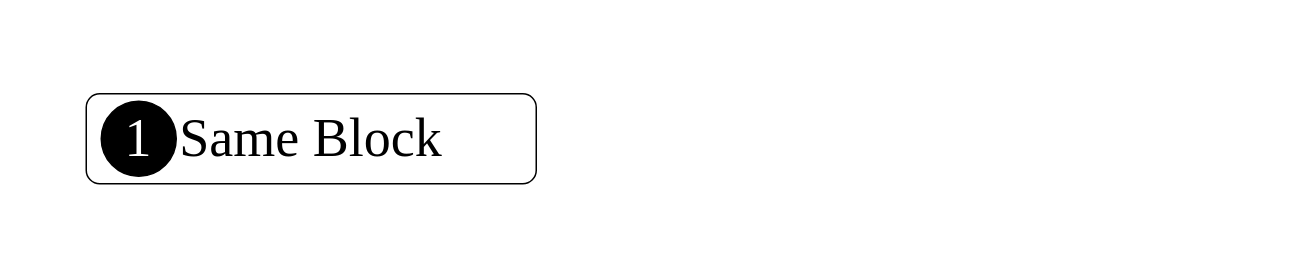
Before: blockLLM_workflow.drawio in BDHU/blockllm-diagram, a draw.io diagram. Source tidied: cells renumbered, new cells numbered last; positions are measured from the earlier drawing's top-left corner, leaving out a move shared by most shapes. Both pictures are drawn from the tidied source at 150%, with x=0, y=0 at pixel (86, 93).
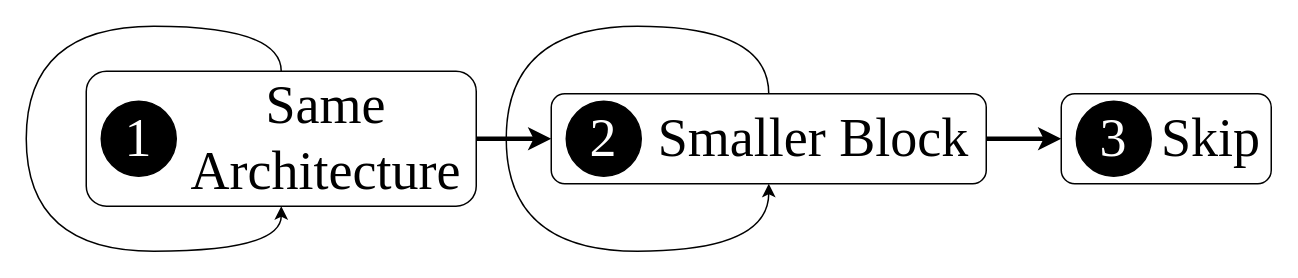
The same diagram, later.

The edit, as a diff of the source:
```diff
@@
 <mxGraphModel>
   <root>
     <mxCell id="0" />
     <mxCell id="1" parent="0" />
-    <mxCell id="2" value="&lt;font style=&quot;font-size: 36px;&quot; face=&quot;Times New Roman&quot;&gt;Same Block&lt;br&gt;&lt;/font&gt;" style="rounded=1;whiteSpace=wrap;html=1;" parent="1" vertex="1">
-      <mxGeometry width="300" height="60" as="geometry" />
-    </mxCell>
     <mxCell id="3" value="&lt;font style=&quot;font-size: 36px; color: rgb(255, 255, 255);&quot; face=&quot;Times New Roman&quot;&gt;1&lt;/font&gt;" style="ellipse;whiteSpace=wrap;html=1;fillColor=#000000;" parent="1" vertex="1">
       <mxGeometry x="10" y="5" width="50" height="50" as="geometry" />
     </mxCell>
+    <mxCell id="4" value="&lt;font style=&quot;font-size: 36px;&quot; face=&quot;Times New Roman&quot;&gt;Same Architecture&lt;br&gt;&lt;/font&gt;" style="text;html=1;align=center;verticalAlign=middle;whiteSpace=wrap;rounded=0;" parent="1" vertex="1">
+      <mxGeometry x="70" y="15" width="180" height="30" as="geometry" />
+    </mxCell>
+    <mxCell id="5" value="&lt;font style=&quot;font-size: 36px; color: rgb(255, 255, 255);&quot; face=&quot;Times New Roman&quot;&gt;2&lt;/font&gt;" style="ellipse;whiteSpace=wrap;html=1;fillColor=#000000;" parent="1" vertex="1">
+      <mxGeometry x="320" y="5" width="50" height="50" as="geometry" />
+    </mxCell>
+    <mxCell id="6" value="&lt;font style=&quot;font-size: 36px;&quot; face=&quot;Times New Roman&quot;&gt;Smaller Block&lt;/font&gt;" style="text;html=1;align=center;verticalAlign=middle;whiteSpace=wrap;rounded=0;" parent="1" vertex="1">
+      <mxGeometry x="380" y="15" width="210" height="30" as="geometry" />
+    </mxCell>
+    <mxCell id="7" value="&lt;font style=&quot;font-size: 36px; color: rgb(255, 255, 255);&quot; face=&quot;Times New Roman&quot;&gt;3&lt;/font&gt;" style="ellipse;whiteSpace=wrap;html=1;fillColor=#000000;" parent="1" vertex="1">
+      <mxGeometry x="660" y="5" width="50" height="50" as="geometry" />
+    </mxCell>
+    <mxCell id="8" value="&lt;font style=&quot;font-size: 36px;&quot; face=&quot;Times New Roman&quot;&gt;Skip&lt;/font&gt;" style="text;html=1;align=center;verticalAlign=middle;whiteSpace=wrap;rounded=0;" parent="1" vertex="1">
+      <mxGeometry x="720" y="15" width="60" height="30" as="geometry" />
+    </mxCell>
+    <mxCell id="9" style="edgeStyle=orthogonalEdgeStyle;curved=1;rounded=0;jettySize=auto;html=1;exitX=1;exitY=0.5;exitDx=0;exitDy=0;entryX=0;entryY=0.5;entryDx=0;entryDy=0;strokeWidth=3;" parent="1" edge="1" source="10" target="12">
+      <mxGeometry relative="1" as="geometry" />
+    </mxCell>
+    <mxCell id="10" style="rounded=1;whiteSpace=wrap;html=1;fillColor=none;" parent="1" vertex="1">
+      <mxGeometry y="-15" width="260" height="90" as="geometry" />
+    </mxCell>
+    <mxCell id="11" style="edgeStyle=orthogonalEdgeStyle;curved=1;rounded=0;jettySize=auto;html=1;exitX=1;exitY=0.5;exitDx=0;exitDy=0;entryX=0;entryY=0.5;entryDx=0;entryDy=0;strokeWidth=3;" parent="1" edge="1" source="12" target="13">
+      <mxGeometry relative="1" as="geometry" />
+    </mxCell>
+    <mxCell id="12" style="rounded=1;whiteSpace=wrap;html=1;fillColor=none;" parent="1" vertex="1">
+      <mxGeometry x="310" width="290" height="60" as="geometry" />
+    </mxCell>
+    <mxCell id="13" style="rounded=1;whiteSpace=wrap;html=1;fillColor=none;" parent="1" vertex="1">
+      <mxGeometry x="650" width="140" height="60" as="geometry" />
+    </mxCell>
+    <mxCell id="14" style="edgeStyle=orthogonalEdgeStyle;curved=1;rounded=0;orthogonalLoop=1;jettySize=auto;html=1;exitX=0.5;exitY=0;exitDx=0;exitDy=0;entryX=0.5;entryY=1;entryDx=0;entryDy=0;strokeWidth=1;" parent="1" edge="1" source="10" target="10">
+      <mxGeometry relative="1" as="geometry">
+        <Array as="points">
+          <mxPoint x="130" y="-45" />
+          <mxPoint x="-40" y="-45" />
+          <mxPoint x="-40" y="105" />
+          <mxPoint x="130" y="105" />
+        </Array>
+      </mxGeometry>
+    </mxCell>
+    <mxCell id="15" style="edgeStyle=orthogonalEdgeStyle;curved=1;rounded=0;orthogonalLoop=1;jettySize=auto;html=1;exitX=0.5;exitY=0;exitDx=0;exitDy=0;entryX=0.5;entryY=1;entryDx=0;entryDy=0;strokeWidth=1;" parent="1" edge="1" source="12" target="12">
+      <mxGeometry relative="1" as="geometry">
+        <Array as="points">
+          <mxPoint x="455" y="-45" />
+          <mxPoint x="280" y="-45" />
+          <mxPoint x="280" y="105" />
+          <mxPoint x="455" y="105" />
+        </Array>
+      </mxGeometry>
+    </mxCell>
   </root>
 </mxGraphModel>
```
